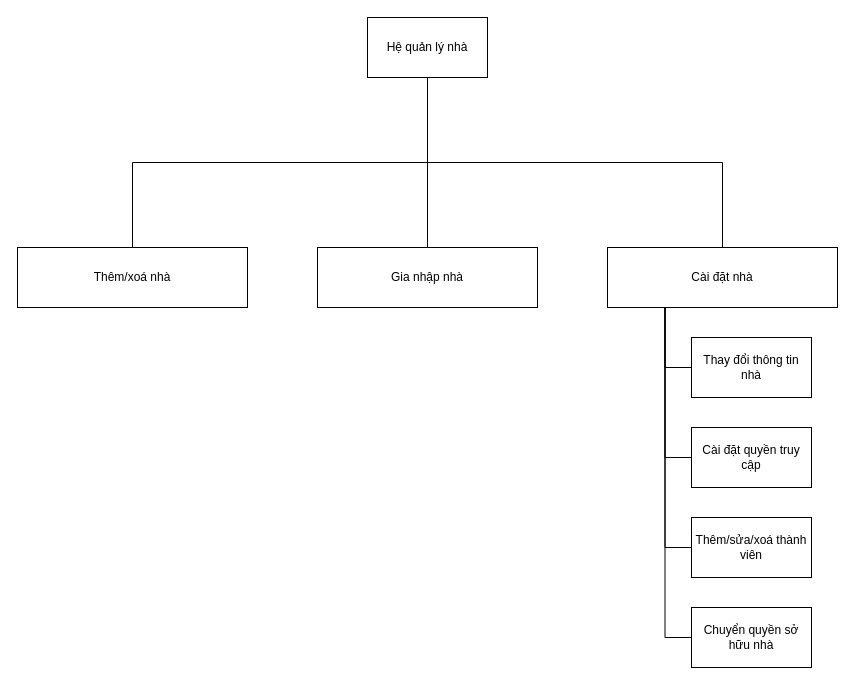
The draw.io diagram page "FDD-Hệ quản lý nhà" (4 of 11) of iotentities.drawio in khanhdew/SmartHome, before the edit. Source tidied: cells renumbered, new cells numbered last; positions are measured from the earlier drawing's top-left corner, leaving out a move shared by most shapes. Both pictures are drawn from the tidied source at 100%, with x=0, y=0 at pixel (17, 17).
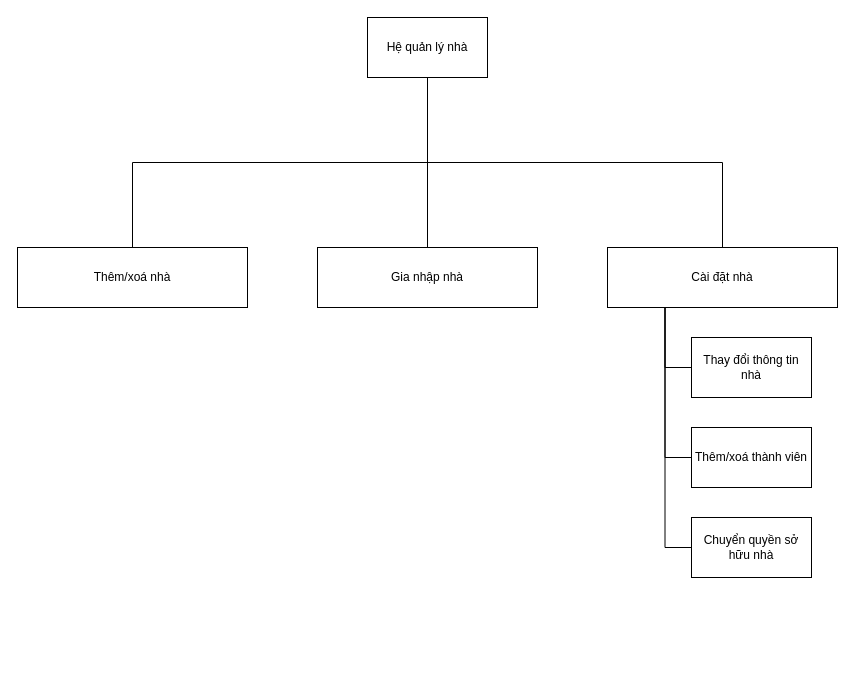
The same page after the edit.

The edit, as a diff of the source:
```diff
@@
 <mxGraphModel>
   <root>
     <mxCell id="0" />
     <mxCell id="1" parent="0" />
     <mxCell id="2" style="edgeStyle=orthogonalEdgeStyle;rounded=0;jettySize=auto;html=1;exitX=0.5;exitY=1;exitDx=0;exitDy=0;entryX=0.5;entryY=0;entryDx=0;entryDy=0;endArrow=none;endFill=0;" parent="1" edge="1" source="3" target="4">
       <mxGeometry relative="1" as="geometry" />
     </mxCell>
     <mxCell id="3" value="Hệ quản lý nhà" style="rounded=0;whiteSpace=wrap;html=1;" parent="1" vertex="1">
       <mxGeometry x="350" width="120" height="60" as="geometry" />
     </mxCell>
     <mxCell id="4" value="Thêm/xoá nhà" style="rounded=0;whiteSpace=wrap;html=1;" parent="1" vertex="1">
       <mxGeometry y="230" width="230" height="60" as="geometry" />
     </mxCell>
     <mxCell id="5" style="edgeStyle=orthogonalEdgeStyle;rounded=0;jettySize=auto;html=1;exitX=0.5;exitY=0;exitDx=0;exitDy=0;entryX=0.5;entryY=1;entryDx=0;entryDy=0;endArrow=none;endFill=0;" parent="1" edge="1" source="6" target="3">
       <mxGeometry relative="1" as="geometry" />
     </mxCell>
     <mxCell id="6" value="Gia nhập nhà" style="rounded=0;whiteSpace=wrap;html=1;" parent="1" vertex="1">
       <mxGeometry x="300" y="230" width="220" height="60" as="geometry" />
     </mxCell>
     <mxCell id="7" style="edgeStyle=orthogonalEdgeStyle;rounded=0;jettySize=auto;html=1;exitX=0.5;exitY=0;exitDx=0;exitDy=0;endArrow=none;endFill=0;entryX=0.5;entryY=1;entryDx=0;entryDy=0;" parent="1" edge="1" source="9" target="3">
       <mxGeometry relative="1" as="geometry" />
     </mxCell>
     <mxCell id="8" style="edgeStyle=orthogonalEdgeStyle;rounded=0;jettySize=auto;html=1;exitX=0.25;exitY=1;exitDx=0;exitDy=0;entryX=0;entryY=0.5;entryDx=0;entryDy=0;endArrow=none;endFill=0;" parent="1" edge="1" source="9" target="16">
       <mxGeometry relative="1" as="geometry" />
     </mxCell>
     <mxCell id="9" value="Cài đặt nhà" style="rounded=0;whiteSpace=wrap;html=1;" parent="1" vertex="1">
       <mxGeometry x="590" y="230" width="230" height="60" as="geometry" />
     </mxCell>
     <mxCell id="10" style="edgeStyle=orthogonalEdgeStyle;rounded=0;jettySize=auto;html=1;exitX=0;exitY=0.5;exitDx=0;exitDy=0;entryX=0.25;entryY=1;entryDx=0;entryDy=0;endArrow=none;endFill=0;" parent="1" edge="1" source="11" target="9">
       <mxGeometry relative="1" as="geometry" />
     </mxCell>
     <mxCell id="11" value="Thay đổi thông tin nhà" style="rounded=0;whiteSpace=wrap;html=1;" parent="1" vertex="1">
       <mxGeometry x="674" y="320" width="120" height="60" as="geometry" />
     </mxCell>
-    <mxCell id="12" style="edgeStyle=orthogonalEdgeStyle;rounded=0;jettySize=auto;html=1;exitX=0;exitY=0.5;exitDx=0;exitDy=0;entryX=0.25;entryY=1;entryDx=0;entryDy=0;endArrow=none;endFill=0;" parent="1" edge="1" source="13" target="9">
-      <mxGeometry relative="1" as="geometry" />
-    </mxCell>
-    <mxCell id="13" value="Cài đặt quyền truy cập" style="rounded=0;whiteSpace=wrap;html=1;" parent="1" vertex="1">
-      <mxGeometry x="674" y="410" width="120" height="60" as="geometry" />
-    </mxCell>
     <mxCell id="14" style="edgeStyle=orthogonalEdgeStyle;rounded=0;jettySize=auto;html=1;exitX=0;exitY=0.5;exitDx=0;exitDy=0;entryX=0.25;entryY=1;entryDx=0;entryDy=0;endArrow=none;endFill=0;" parent="1" edge="1" source="15" target="9">
       <mxGeometry relative="1" as="geometry" />
     </mxCell>
-    <mxCell id="15" value="Thêm/sửa/xoá thành viên" style="rounded=0;whiteSpace=wrap;html=1;" parent="1" vertex="1">
-      <mxGeometry x="674" y="500" width="120" height="60" as="geometry" />
+    <mxCell id="15" value="Thêm/xoá thành viên" style="rounded=0;whiteSpace=wrap;html=1;" parent="1" vertex="1">
+      <mxGeometry x="674" y="410" width="120" height="60" as="geometry" />
     </mxCell>
     <mxCell id="16" value="Chuyển quyền sở hữu nhà" style="rounded=0;whiteSpace=wrap;html=1;" parent="1" vertex="1">
-      <mxGeometry x="674" y="590" width="120" height="60" as="geometry" />
+      <mxGeometry x="674" y="500" width="120" height="60" as="geometry" />
     </mxCell>
   </root>
 </mxGraphModel>
```
